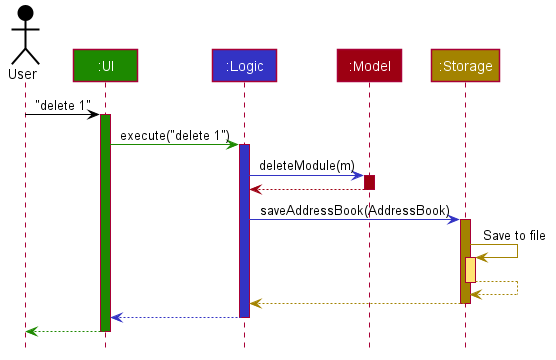
The PlantUML diagram docs/images/ArchitectureSequenceDiagram.png in nus-cs2103-AY2021S1/tp, before a commit.
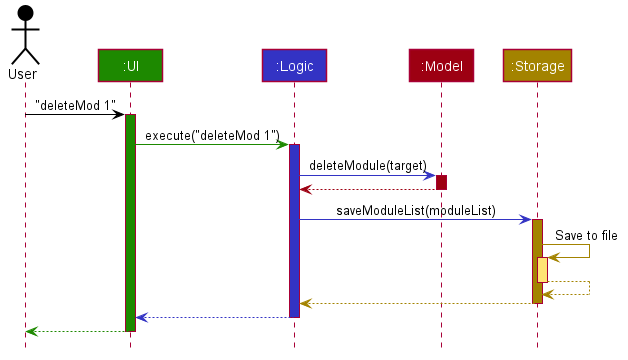
The same file after the commit.

What changed in the source:
```diff
@@ -54,19 +54,19 @@
 Participant ":Model" as model #9D0012
 Participant ":Storage" as storage #A38300
 
-user -[#000000]> ui : "delete 1"
+user -[#000000]> ui : "deleteMod 1"
 activate ui #1D8900
 
-ui -[#1D8900]> logic : execute("delete 1")
+ui -[#1D8900]> logic : execute("deleteMod 1")
 activate logic #3333C4
 
-logic -[#3333C4]> model : deleteModule(m)
+logic -[#3333C4]> model : deleteModule(target)
 activate model #9D0012
 
 model -[#9D0012]-> logic
 deactivate model
 
-logic -[#3333C4]> storage : saveAddressBook(AddressBook)
+logic -[#3333C4]> storage : saveModuleList(moduleList)
 activate storage #A38300
 
 storage -[#A38300]> storage : Save to file
```
